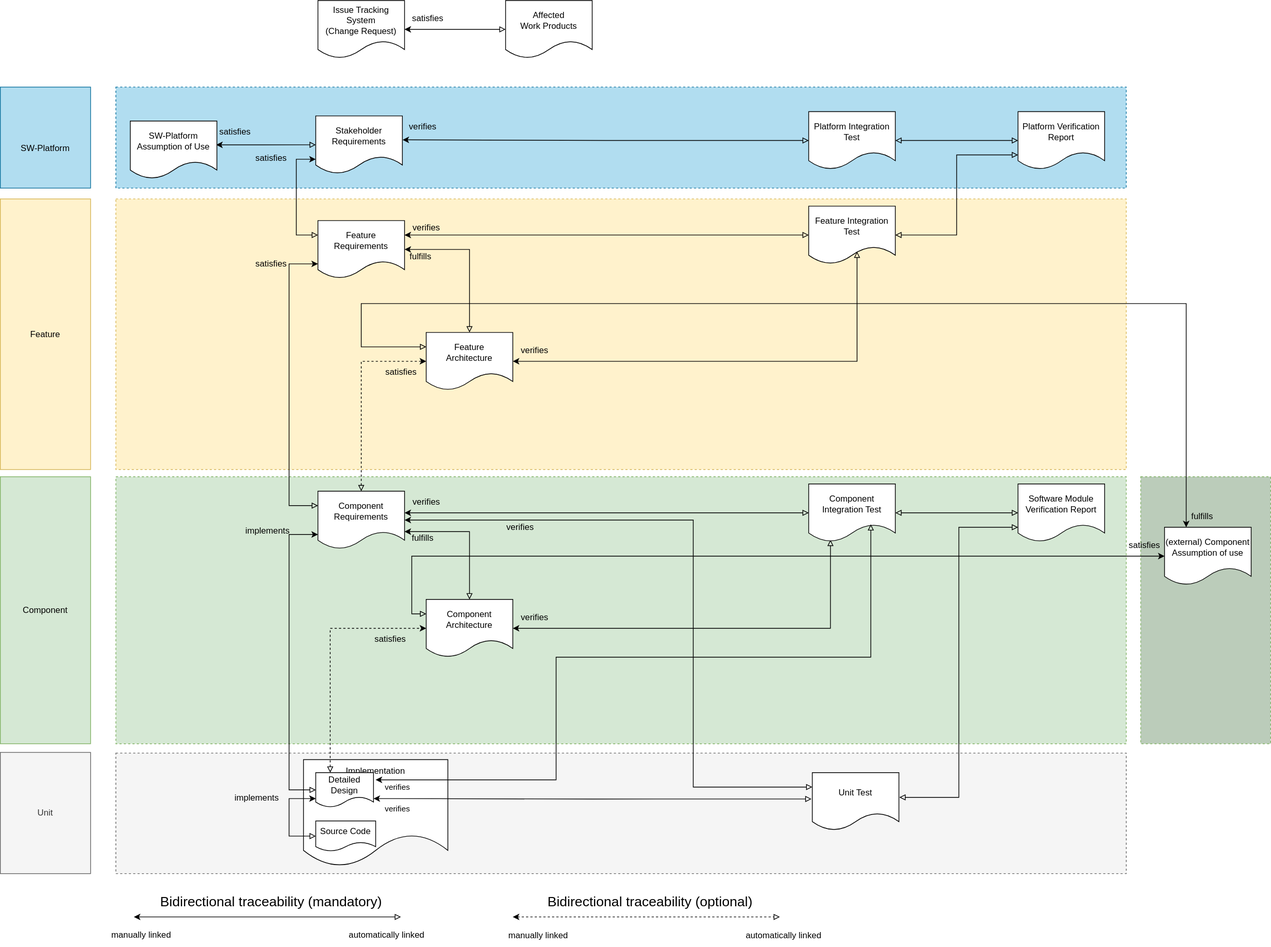
Before: pr-574/_images/score_traceability_model_wp_overview.drawio.svg, a diagram exported from draw.io (eclipse-score/process_description). Source tidied: cells renumbered, new cells last; positions are measured from the earlier drawing's top-left corner, leaving out a move shared by most shapes.
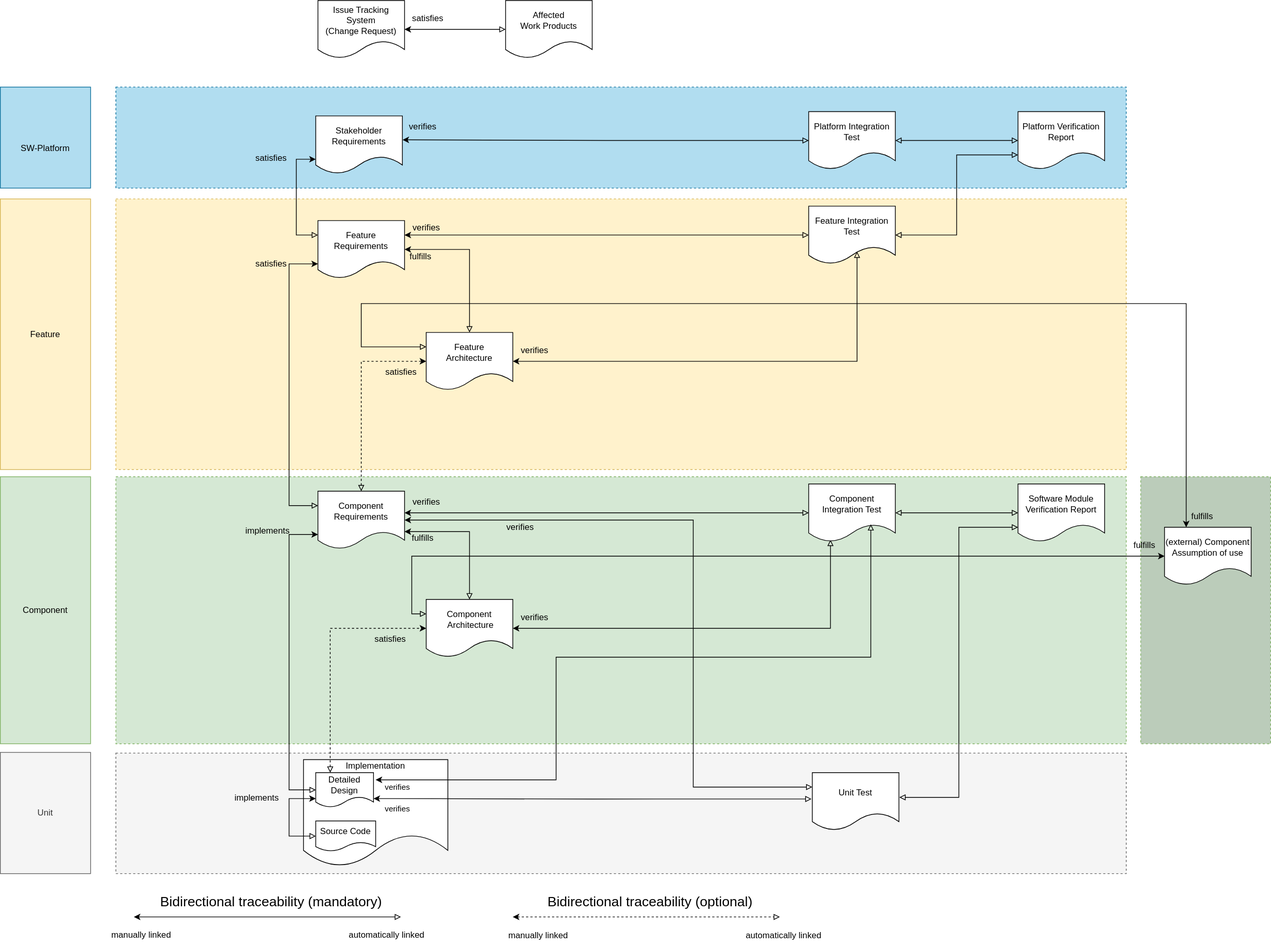
After the commit.

What changed in the source:
```diff
@@ -14,9 +14,6 @@
     <mxCell id="5" style="rounded=0;whiteSpace=wrap;html=1;dashed=1;fillColor=#d5e8d4;strokeColor=#82b366;" parent="1" vertex="1">
       <mxGeometry x="160" y="660" width="1400" height="370" as="geometry" />
     </mxCell>
-    <mxCell id="6" style="edgeStyle=orthogonalEdgeStyle;rounded=0;jettySize=auto;html=1;entryX=0.992;entryY=0.413;entryDx=0;entryDy=0;entryPerimeter=0;exitX=0;exitY=0.5;exitDx=0;exitDy=0;startArrow=block;startFill=0;" parent="1" edge="1" source="7" target="77">
-      <mxGeometry relative="1" as="geometry" />
-    </mxCell>
     <mxCell id="7" value="Stakeholder&lt;br&gt;Requirements" style="shape=document;whiteSpace=wrap;html=1;boundedLbl=1;" parent="1" vertex="1">
       <mxGeometry x="437" y="160" width="120" height="80" as="geometry" />
     </mxCell>
@@ -267,8 +264,8 @@
     <mxCell id="66" value="fulfills" style="text;html=1;align=center;verticalAlign=middle;strokeColor=none;fillColor=none;" parent="1" vertex="1">
       <mxGeometry x="560" y="730" width="50" height="30" as="geometry" />
     </mxCell>
-    <mxCell id="67" value="satisfies" style="text;html=1;align=center;verticalAlign=middle;strokeColor=none;fillColor=none;" parent="1" vertex="1">
-      <mxGeometry x="1550" y="740" width="70" height="30" as="geometry" />
+    <mxCell id="67" value="fulfills" style="text;html=1;align=center;verticalAlign=middle;strokeColor=none;fillColor=none;" parent="1" vertex="1">
+      <mxGeometry x="1560" y="740" width="50" height="30" as="geometry" />
     </mxCell>
     <mxCell id="68" value="fulfills" style="text;html=1;align=center;verticalAlign=middle;strokeColor=none;fillColor=none;" parent="1" vertex="1">
       <mxGeometry x="1640" y="700" width="50" height="30" as="geometry" />
@@ -310,11 +307,5 @@
         </Array>
       </mxGeometry>
     </mxCell>
-    <mxCell id="77" value="SW-Platform&lt;br&gt;Assumption of Use" style="shape=document;whiteSpace=wrap;html=1;boundedLbl=1;" parent="1" vertex="1">
-      <mxGeometry x="180" y="167" width="120" height="80" as="geometry" />
-    </mxCell>
-    <mxCell id="78" value="satisfies" style="text;html=1;align=center;verticalAlign=middle;strokeColor=none;fillColor=none;" parent="1" vertex="1">
-      <mxGeometry x="290" y="167" width="70" height="30" as="geometry" />
-    </mxCell>
   </root>
 </mxGraphModel>
```
